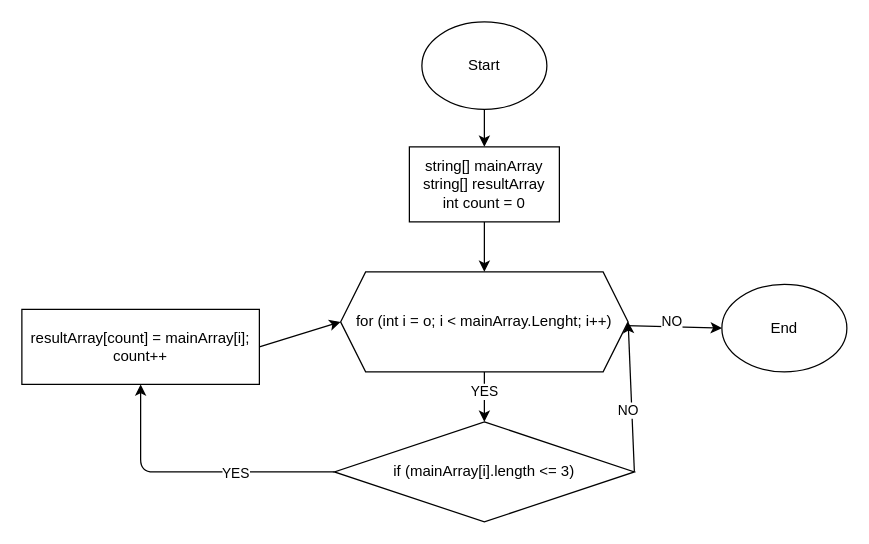
Earlier version of the draw.io diagram block-diagram.drawio (Burmitr/verification-work). Source tidied: cells renumbered, new cells numbered last; positions are measured from the earlier drawing's top-left corner, leaving out a move shared by most shapes. Both pictures are drawn from the tidied source at 125%, with x=0, y=0 at pixel (21, 21).
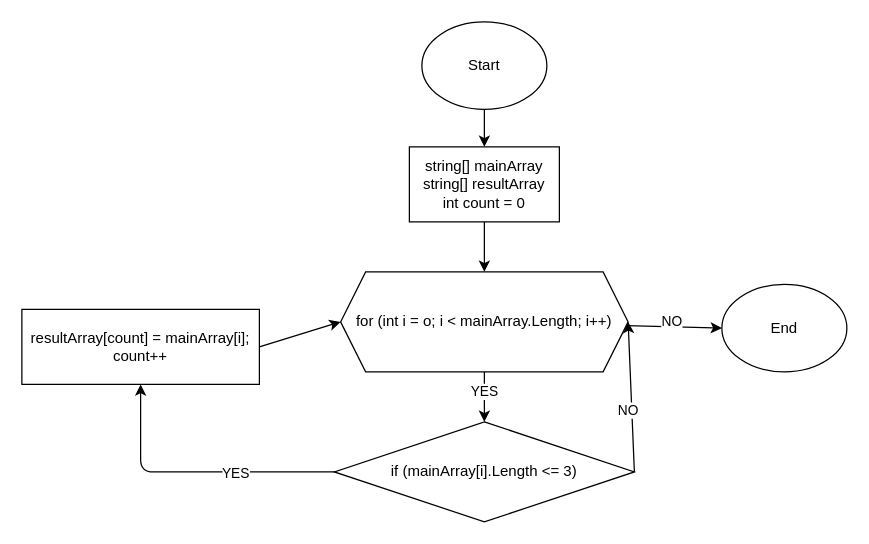
After the change.

Commit message (it also covers changes not shown here):
исправил ошибки в блок схеме

The edit, as a diff of the source:
```diff
@@
-    <mxCell id="10" value="if (mainArray[i].length &amp;lt;= 3)" style="rhombus;whiteSpace=wrap;html=1;" parent="1" vertex="1">
+    <mxCell id="10" value="if (mainArray[i].Length &amp;lt;= 3)" style="rhombus;whiteSpace=wrap;html=1;" parent="1" vertex="1">
       <mxGeometry x="250" y="320" width="240" height="80" as="geometry" />
     </mxCell>
@@
-    <mxCell id="15" value="&lt;span&gt;for (int i = o; i &amp;lt; mainArray.Lenght; i++)&lt;/span&gt;" style="shape=hexagon;perimeter=hexagonPerimeter2;whiteSpace=wrap;html=1;fixedSize=1;" parent="1" vertex="1">
+    <mxCell id="15" value="&lt;span&gt;for (int i = o; i &amp;lt; mainArray.Length; i++)&lt;/span&gt;" style="shape=hexagon;perimeter=hexagonPerimeter2;whiteSpace=wrap;html=1;fixedSize=1;" parent="1" vertex="1">
       <mxGeometry x="255" y="200" width="230" height="80" as="geometry" />
     </mxCell>
```
